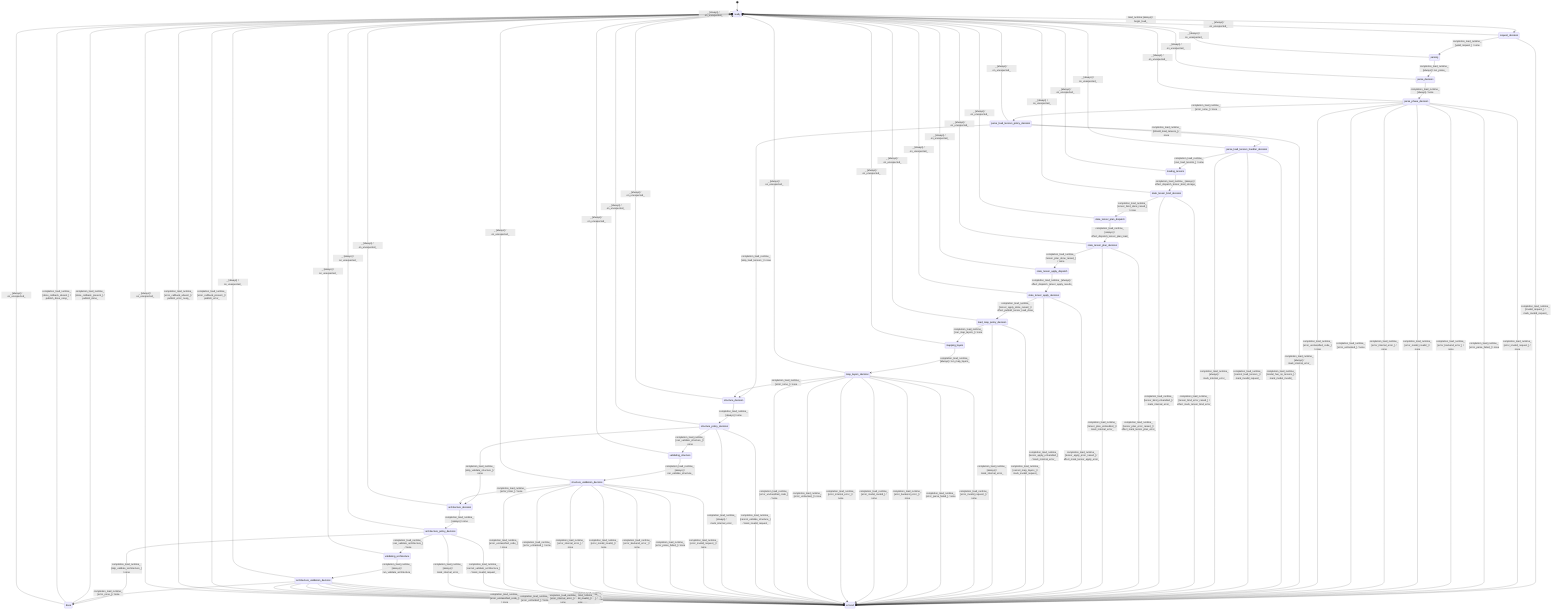
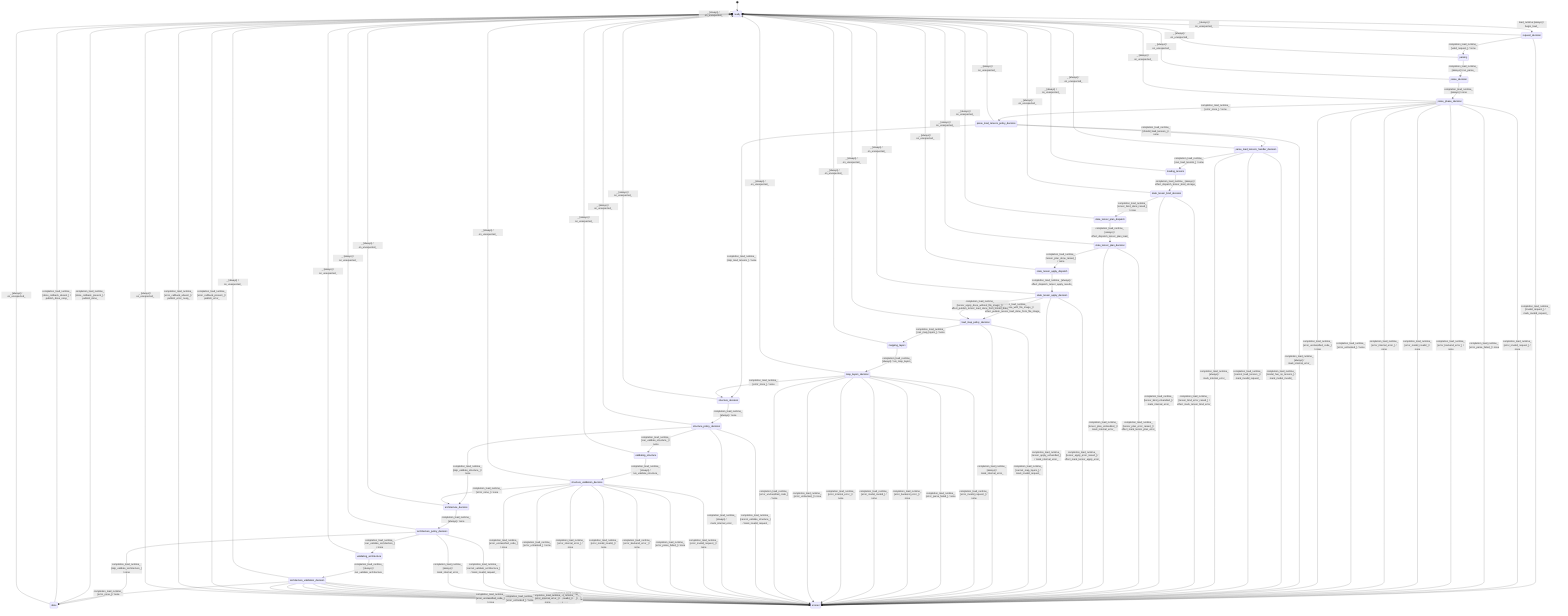
stateDiagram-v2
  direction TB
  [*] --> ready
  ready --> request_decision : load_runtime [always] / begin_load_
  request_decision --> parsing : completion_load_runtime_ [valid_request_] / none
  request_decision --> errored : completion_load_runtime_ [invalid_request_] / mark_invalid_request_
  parsing --> parse_decision : completion_load_runtime_ [always] / run_parse_
  parse_decision --> parse_phase_decision : completion_load_runtime_ [always] / none
  parse_phase_decision --> parse_load_tensors_policy_decision : completion_load_runtime_ [error_none_] / none
  parse_phase_decision --> errored : completion_load_runtime_ [error_invalid_request_] / none
  parse_phase_decision --> errored : completion_load_runtime_ [error_parse_failed_] / none
  parse_phase_decision --> errored : completion_load_runtime_ [error_backend_error_] / none
  parse_phase_decision --> errored : completion_load_runtime_ [error_model_invalid_] / none
  parse_phase_decision --> errored : completion_load_runtime_ [error_internal_error_] / none
  parse_phase_decision --> errored : completion_load_runtime_ [error_untracked_] / none
  parse_phase_decision --> errored : completion_load_runtime_ [error_unclassified_code_] / none
  parse_load_tensors_policy_decision --> parse_load_tensors_handler_decision : completion_load_runtime_ [should_load_tensors_] / none
  parse_load_tensors_policy_decision --> structure_decision : completion_load_runtime_ [skip_load_tensors_] / none
  parse_load_tensors_policy_decision --> errored : completion_load_runtime_ [always] / mark_internal_error_
  parse_load_tensors_handler_decision --> loading_tensors : completion_load_runtime_ [can_load_tensors_] / none
  parse_load_tensors_handler_decision --> errored : completion_load_runtime_ [model_has_no_tensors_] / mark_model_invalid_
  parse_load_tensors_handler_decision --> errored : completion_load_runtime_ [cannot_load_tensors_] / mark_invalid_request_
  parse_load_tensors_handler_decision --> errored : completion_load_runtime_ [always] / mark_internal_error_
  loading_tensors --> state_tensor_bind_decision : completion_load_runtime_ [always] / effect_dispatch_tensor_bind_storage_
  state_tensor_bind_decision --> state_tensor_plan_dispatch : completion_load_runtime_ [tensor_bind_done_raised_] / none
  state_tensor_bind_decision --> errored : completion_load_runtime_ [tensor_bind_error_raised_] / effect_mark_tensor_bind_error_
  state_tensor_bind_decision --> errored : completion_load_runtime_ [tensor_bind_unhandled_] / mark_internal_error_
  state_tensor_plan_dispatch --> state_tensor_plan_decision : completion_load_runtime_ [always] / effect_dispatch_tensor_plan_load_
  state_tensor_plan_decision --> state_tensor_apply_dispatch : completion_load_runtime_ [tensor_plan_done_raised_] / none
  state_tensor_plan_decision --> errored : completion_load_runtime_ [tensor_plan_error_raised_] / effect_mark_tensor_plan_error_
  state_tensor_plan_decision --> errored : completion_load_runtime_ [tensor_plan_unhandled_] / mark_internal_error_
  state_tensor_apply_dispatch --> state_tensor_apply_decision : completion_load_runtime_ [always] / effect_dispatch_tensor_apply_results_
-   state_tensor_apply_decision --> load_map_policy_decision : completion_load_runtime_ [tensor_apply_done_raised_] / effect_publish_tensor_load_done_
+   state_tensor_apply_decision --> load_map_policy_decision : completion_load_runtime_ [tensor_apply_done_with_file_image_] / effect_publish_tensor_load_done_from_file_image_
+   state_tensor_apply_decision --> load_map_policy_decision : completion_load_runtime_ [tensor_apply_done_without_file_image_] / effect_publish_tensor_load_done_from_model_data_
  state_tensor_apply_decision --> errored : completion_load_runtime_ [tensor_apply_error_raised_] / effect_mark_tensor_apply_error_
  state_tensor_apply_decision --> errored : completion_load_runtime_ [tensor_apply_unhandled_] / mark_internal_error_
  load_map_policy_decision --> mapping_layers : completion_load_runtime_ [can_map_layers_] / none
  load_map_policy_decision --> errored : completion_load_runtime_ [cannot_map_layers_] / mark_invalid_request_
  load_map_policy_decision --> errored : completion_load_runtime_ [always] / mark_internal_error_
  mapping_layers --> map_layers_decision : completion_load_runtime_ [always] / run_map_layers_
  map_layers_decision --> structure_decision : completion_load_runtime_ [error_none_] / none
  map_layers_decision --> errored : completion_load_runtime_ [error_invalid_request_] / none
  map_layers_decision --> errored : completion_load_runtime_ [error_parse_failed_] / none
  map_layers_decision --> errored : completion_load_runtime_ [error_backend_error_] / none
  map_layers_decision --> errored : completion_load_runtime_ [error_model_invalid_] / none
  map_layers_decision --> errored : completion_load_runtime_ [error_internal_error_] / none
  map_layers_decision --> errored : completion_load_runtime_ [error_untracked_] / none
  map_layers_decision --> errored : completion_load_runtime_ [error_unclassified_code_] / none
  structure_decision --> structure_policy_decision : completion_load_runtime_ [always] / none
  structure_policy_decision --> architecture_decision : completion_load_runtime_ [skip_validate_structure_] / none
  structure_policy_decision --> validating_structure : completion_load_runtime_ [can_validate_structure_] / none
  structure_policy_decision --> errored : completion_load_runtime_ [cannot_validate_structure_] / mark_invalid_request_
  structure_policy_decision --> errored : completion_load_runtime_ [always] / mark_internal_error_
  validating_structure --> structure_validation_decision : completion_load_runtime_ [always] / run_validate_structure_
  structure_validation_decision --> architecture_decision : completion_load_runtime_ [error_none_] / none
  structure_validation_decision --> errored : completion_load_runtime_ [error_invalid_request_] / none
  structure_validation_decision --> errored : completion_load_runtime_ [error_parse_failed_] / none
  structure_validation_decision --> errored : completion_load_runtime_ [error_backend_error_] / none
  structure_validation_decision --> errored : completion_load_runtime_ [error_model_invalid_] / none
  structure_validation_decision --> errored : completion_load_runtime_ [error_internal_error_] / none
  structure_validation_decision --> errored : completion_load_runtime_ [error_untracked_] / none
  structure_validation_decision --> errored : completion_load_runtime_ [error_unclassified_code_] / none
  architecture_decision --> architecture_policy_decision : completion_load_runtime_ [always] / none
  architecture_policy_decision --> done : completion_load_runtime_ [skip_validate_architecture_] / none
  architecture_policy_decision --> validating_architecture : completion_load_runtime_ [can_validate_architecture_] / none
  architecture_policy_decision --> errored : completion_load_runtime_ [cannot_validate_architecture_] / mark_invalid_request_
  architecture_policy_decision --> errored : completion_load_runtime_ [always] / mark_internal_error_
  validating_architecture --> architecture_validation_decision : completion_load_runtime_ [always] / run_validate_architecture_
  architecture_validation_decision --> done : completion_load_runtime_ [error_none_] / none
  architecture_validation_decision --> errored : completion_load_runtime_ [error_invalid_request_] / none
  architecture_validation_decision --> errored : completion_load_runtime_ [error_parse_failed_] / none
  architecture_validation_decision --> errored : completion_load_runtime_ [error_backend_error_] / none
  architecture_validation_decision --> errored : completion_load_runtime_ [error_model_invalid_] / none
  architecture_validation_decision --> errored : completion_load_runtime_ [error_internal_error_] / none
  architecture_validation_decision --> errored : completion_load_runtime_ [error_untracked_] / none
  architecture_validation_decision --> errored : completion_load_runtime_ [error_unclassified_code_] / none
  done --> ready : completion_load_runtime_ [done_callback_present_] / publish_done_
  done --> ready : completion_load_runtime_ [done_callback_absent_] / publish_done_noop_
  errored --> ready : completion_load_runtime_ [error_callback_present_] / publish_error_
  errored --> ready : completion_load_runtime_ [error_callback_absent_] / publish_error_noop_
  ready --> ready : _ [always] / on_unexpected_
  request_decision --> ready : _ [always] / on_unexpected_
  parsing --> ready : _ [always] / on_unexpected_
  parse_decision --> ready : _ [always] / on_unexpected_
  parse_phase_decision --> ready : _ [always] / on_unexpected_
  parse_load_tensors_policy_decision --> ready : _ [always] / on_unexpected_
  parse_load_tensors_handler_decision --> ready : _ [always] / on_unexpected_
  loading_tensors --> ready : _ [always] / on_unexpected_
  state_tensor_bind_decision --> ready : _ [always] / on_unexpected_
  state_tensor_plan_dispatch --> ready : _ [always] / on_unexpected_
  state_tensor_plan_decision --> ready : _ [always] / on_unexpected_
  state_tensor_apply_dispatch --> ready : _ [always] / on_unexpected_
  state_tensor_apply_decision --> ready : _ [always] / on_unexpected_
  load_map_policy_decision --> ready : _ [always] / on_unexpected_
  mapping_layers --> ready : _ [always] / on_unexpected_
  map_layers_decision --> ready : _ [always] / on_unexpected_
  structure_decision --> ready : _ [always] / on_unexpected_
  structure_policy_decision --> ready : _ [always] / on_unexpected_
  validating_structure --> ready : _ [always] / on_unexpected_
  structure_validation_decision --> ready : _ [always] / on_unexpected_
  architecture_decision --> ready : _ [always] / on_unexpected_
  architecture_policy_decision --> ready : _ [always] / on_unexpected_
  validating_architecture --> ready : _ [always] / on_unexpected_
  architecture_validation_decision --> ready : _ [always] / on_unexpected_
  done --> ready : _ [always] / on_unexpected_
  errored --> ready : _ [always] / on_unexpected_
